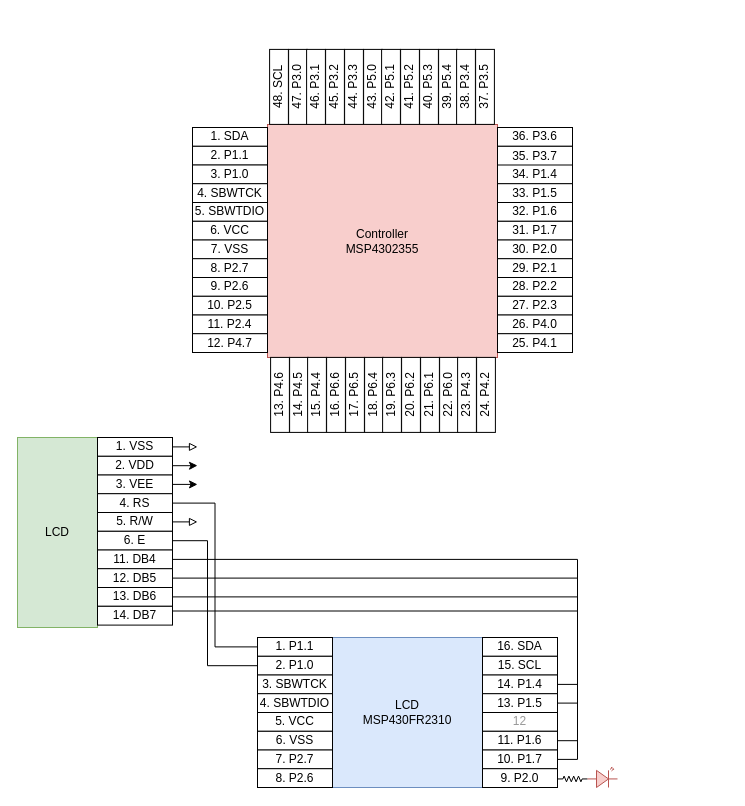
The draw.io diagram page "circuit_diagram" (3 of 3) of docs/assets/final_project_concept.drawio in msu-eele-465/final-project-rlm2002, before the edit. Source tidied: cells renumbered, new cells numbered last; positions are measured from the earlier drawing's top-left corner, leaving out a move shared by most shapes. Both pictures are drawn from the tidied source at 100%, with x=0, y=0 at pixel (17, -26).
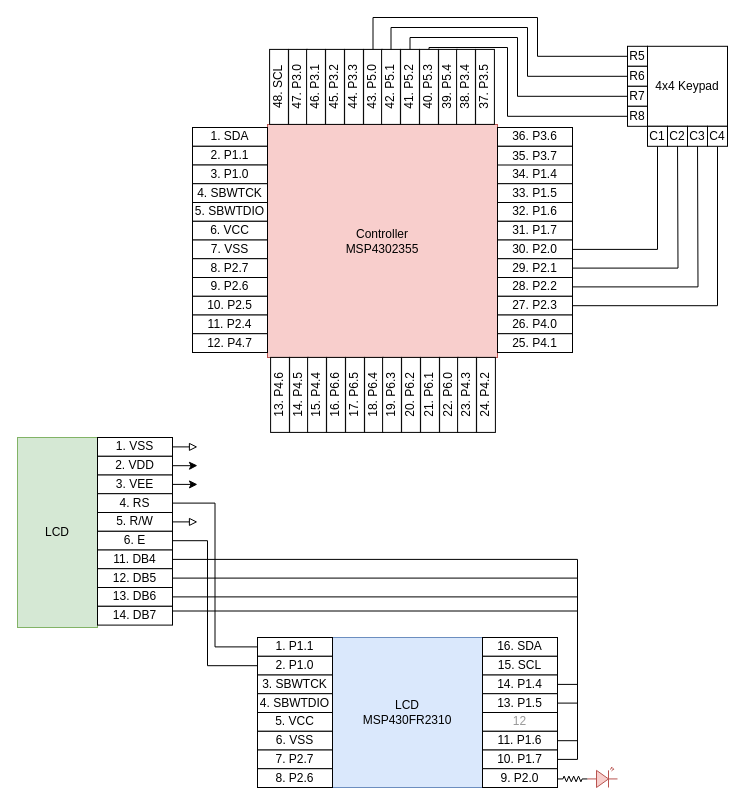
The same page after the edit.

Unchanged cells that the change refers to:
```xml
<mxCell id="76" value="30. P2.0" style="rounded=0;whiteSpace=wrap;html=1;" parent="1" vertex="1">
  <mxGeometry x="480" y="265.5" width="75" height="18.8" as="geometry" />
</mxCell>
<mxCell id="77" value="29. P2.1" style="rounded=0;whiteSpace=wrap;html=1;" parent="1" vertex="1">
  <mxGeometry x="480" y="284.2" width="75" height="18.8" as="geometry" />
</mxCell>
<mxCell id="78" value="28. P2.2" style="rounded=0;whiteSpace=wrap;html=1;" parent="1" vertex="1">
  <mxGeometry x="480" y="303" width="75" height="18.8" as="geometry" />
</mxCell>
<mxCell id="79" value="27. P2.3" style="rounded=0;whiteSpace=wrap;html=1;" parent="1" vertex="1">
  <mxGeometry x="480" y="321.8" width="75" height="18.8" as="geometry" />
</mxCell>
<mxCell id="88" value="43. P5.0" style="rounded=0;whiteSpace=wrap;html=1;rotation=-90;" parent="82" vertex="1">
  <mxGeometry x="-9" y="103" width="75" height="18.8" as="geometry" />
</mxCell>
<mxCell id="89" value="42. P5.1" style="rounded=0;whiteSpace=wrap;html=1;rotation=-90;" parent="82" vertex="1">
  <mxGeometry x="9" y="103" width="75" height="18.8" as="geometry" />
</mxCell>
<mxCell id="90" value="41. P5.2" style="rounded=0;whiteSpace=wrap;html=1;rotation=-90;" parent="82" vertex="1">
  <mxGeometry x="28" y="103" width="75" height="18.8" as="geometry" />
</mxCell>
<mxCell id="91" value="40. P5.3" style="rounded=0;whiteSpace=wrap;html=1;rotation=-90;" parent="82" vertex="1">
  <mxGeometry x="47" y="103" width="75" height="18.8" as="geometry" />
</mxCell>
```

What changed in the source:
```diff
@@
+    <mxCell id="95" style="edgeStyle=orthogonalEdgeStyle;shape=connector;rounded=0;jettySize=auto;html=1;exitX=1;exitY=0.5;exitDx=0;exitDy=0;strokeColor=default;align=center;verticalAlign=middle;fontFamily=Helvetica;fontSize=11;fontColor=default;labelBackgroundColor=default;startFill=0;endArrow=none;entryX=0.5;entryY=1;entryDx=0;entryDy=0;" parent="1" edge="1" source="76" target="107">
+      <mxGeometry relative="1" as="geometry" />
+    </mxCell>
@@
+    <mxCell id="96" style="edgeStyle=orthogonalEdgeStyle;shape=connector;rounded=0;jettySize=auto;html=1;exitX=1;exitY=0.5;exitDx=0;exitDy=0;strokeColor=default;align=center;verticalAlign=middle;fontFamily=Helvetica;fontSize=11;fontColor=default;labelBackgroundColor=default;startFill=0;endArrow=none;" parent="1" edge="1" source="77">
+      <mxGeometry relative="1" as="geometry">
+        <mxPoint x="660" y="163" as="targetPoint" />
+      </mxGeometry>
+    </mxCell>
@@
+    <mxCell id="97" style="edgeStyle=orthogonalEdgeStyle;shape=connector;rounded=0;jettySize=auto;html=1;exitX=1;exitY=0.5;exitDx=0;exitDy=0;strokeColor=default;align=center;verticalAlign=middle;fontFamily=Helvetica;fontSize=11;fontColor=default;labelBackgroundColor=default;startFill=0;endArrow=none;" parent="1" edge="1" source="78">
+      <mxGeometry relative="1" as="geometry">
+        <mxPoint x="680" y="163" as="targetPoint" />
+      </mxGeometry>
+    </mxCell>
@@
+    <mxCell id="98" style="edgeStyle=orthogonalEdgeStyle;shape=connector;rounded=0;jettySize=auto;html=1;exitX=1;exitY=0.5;exitDx=0;exitDy=0;strokeColor=default;align=center;verticalAlign=middle;fontFamily=Helvetica;fontSize=11;fontColor=default;labelBackgroundColor=default;startFill=0;endArrow=none;" parent="1" edge="1" source="79" target="108">
+      <mxGeometry relative="1" as="geometry" />
+    </mxCell>
@@
+    <mxCell id="99" style="group;" parent="1" vertex="1">
+      <mxGeometry x="610" y="71.8" width="100" height="100" as="geometry" />
+    </mxCell>
+    <mxCell id="100" value="4x4 Keypad" style="whiteSpace=wrap;html=1;" parent="99" vertex="1">
+      <mxGeometry x="20" width="80" height="80" as="geometry" />
+    </mxCell>
+    <mxCell id="101" value="C2" style="whiteSpace=wrap;html=1;" parent="99" vertex="1">
+      <mxGeometry x="40" y="80" width="20" height="20" as="geometry" />
+    </mxCell>
+    <mxCell id="102" value="C3" style="whiteSpace=wrap;html=1;" parent="99" vertex="1">
+      <mxGeometry x="60" y="80" width="20" height="20" as="geometry" />
+    </mxCell>
+    <mxCell id="103" value="R5" style="whiteSpace=wrap;html=1;" parent="99" vertex="1">
+      <mxGeometry width="20" height="20" as="geometry" />
+    </mxCell>
+    <mxCell id="104" value="R6" style="whiteSpace=wrap;html=1;" parent="99" vertex="1">
+      <mxGeometry y="20" width="20" height="20" as="geometry" />
+    </mxCell>
+    <mxCell id="105" value="R7" style="whiteSpace=wrap;html=1;" parent="99" vertex="1">
+      <mxGeometry y="40" width="20" height="20" as="geometry" />
+    </mxCell>
+    <mxCell id="106" value="R8" style="whiteSpace=wrap;html=1;" parent="99" vertex="1">
+      <mxGeometry y="60" width="20" height="20" as="geometry" />
+    </mxCell>
+    <mxCell id="107" value="C1" style="whiteSpace=wrap;html=1;" parent="99" vertex="1">
+      <mxGeometry x="20" y="80" width="20" height="20" as="geometry" />
+    </mxCell>
+    <mxCell id="108" value="C4" style="whiteSpace=wrap;html=1;" parent="99" vertex="1">
+      <mxGeometry x="80" y="80" width="20" height="20" as="geometry" />
+    </mxCell>
+    <mxCell id="109" style="edgeStyle=orthogonalEdgeStyle;rounded=0;jettySize=auto;html=1;exitX=1;exitY=0.5;exitDx=0;exitDy=0;entryX=0;entryY=0.5;entryDx=0;entryDy=0;endArrow=none;startFill=0;" parent="1" edge="1" source="88" target="103">
+      <mxGeometry relative="1" as="geometry">
+        <Array as="points">
+          <mxPoint x="356" y="43" />
+          <mxPoint x="520" y="43" />
+          <mxPoint x="520" y="82" />
+        </Array>
+      </mxGeometry>
+    </mxCell>
+    <mxCell id="110" style="edgeStyle=orthogonalEdgeStyle;rounded=0;jettySize=auto;html=1;exitX=1;exitY=0.5;exitDx=0;exitDy=0;entryX=0;entryY=0.5;entryDx=0;entryDy=0;endArrow=none;startFill=0;" parent="1" edge="1" source="89" target="104">
+      <mxGeometry relative="1" as="geometry">
+        <Array as="points">
+          <mxPoint x="374" y="53" />
+          <mxPoint x="510" y="53" />
+          <mxPoint x="510" y="102" />
+        </Array>
+      </mxGeometry>
+    </mxCell>
+    <mxCell id="111" style="edgeStyle=orthogonalEdgeStyle;rounded=0;jettySize=auto;html=1;exitX=1;exitY=0.5;exitDx=0;exitDy=0;entryX=0;entryY=0.5;entryDx=0;entryDy=0;endArrow=none;startFill=0;" parent="1" edge="1" source="90" target="105">
+      <mxGeometry relative="1" as="geometry">
+        <Array as="points">
+          <mxPoint x="393" y="63" />
+          <mxPoint x="500" y="63" />
+          <mxPoint x="500" y="122" />
+        </Array>
+      </mxGeometry>
+    </mxCell>
+    <mxCell id="112" style="edgeStyle=orthogonalEdgeStyle;shape=connector;rounded=0;jettySize=auto;html=1;exitX=1;exitY=0.5;exitDx=0;exitDy=0;entryX=0;entryY=0.5;entryDx=0;entryDy=0;strokeColor=default;align=center;verticalAlign=middle;fontFamily=Helvetica;fontSize=11;fontColor=default;labelBackgroundColor=default;startFill=0;endArrow=none;" parent="1" edge="1" source="91" target="106">
+      <mxGeometry relative="1" as="geometry">
+        <Array as="points">
+          <mxPoint x="412" y="73" />
+          <mxPoint x="490" y="73" />
+          <mxPoint x="490" y="142" />
+        </Array>
+      </mxGeometry>
+    </mxCell>
```
